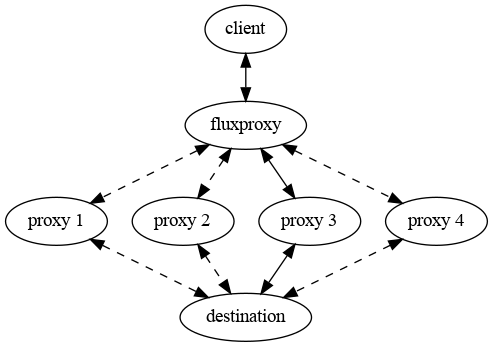
Above: static/fluxproxy.png in miku/httpgetaway (Graphviz), before the change. Its source is kept beside it as static/fluxproxy.dot.
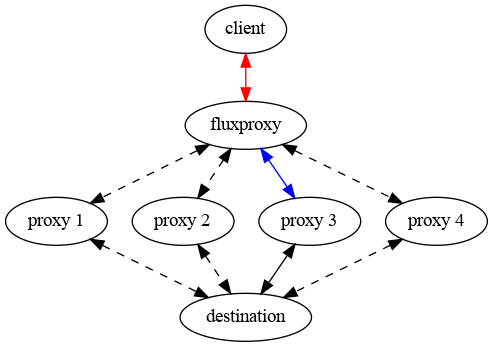
After the commit.

Commit message:
color code the hops

Change to the diagram source:
```diff
@@ -1,16 +1,16 @@
 digraph fluxproxy {
     concentrate=true;
-    client -> "fluxproxy";
-    "fluxproxy" -> client;
+    client -> "fluxproxy" [color=red];
+    "fluxproxy" -> client [color=red];
 
     "fluxproxy" -> "proxy 1" [style=dashed];
     "fluxproxy" -> "proxy 2" [style=dashed];
-    "fluxproxy" -> "proxy 3" [style=solid];
+    "fluxproxy" -> "proxy 3" [style=solid color=blue];
     "fluxproxy" -> "proxy 4" [style=dashed];
 
     "proxy 1" -> "fluxproxy" [style=dashed];
     "proxy 2" -> "fluxproxy" [style=dashed];
-    "proxy 3" -> "fluxproxy" [style=solid];
+    "proxy 3" -> "fluxproxy" [style=solid color=blue];
     "proxy 4" -> "fluxproxy" [style=dashed];
 
     subgraph {
```
